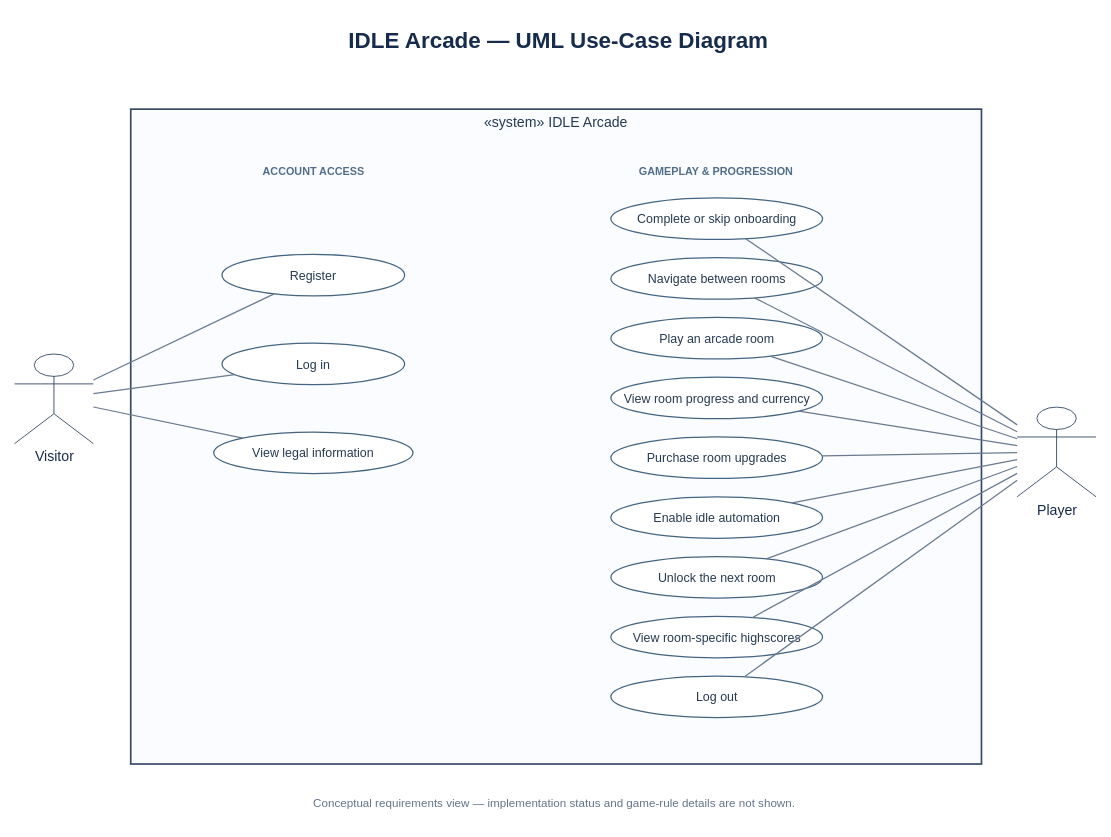
Above: docs/idle-arcade-use-cases.drawio in idle-arcade/game (draw.io), before the change. Source tidied: cells renumbered, new cells numbered last; positions are measured from the earlier drawing's top-left corner, leaving out a move shared by most shapes. Both pictures are drawn from the tidied source at 83%, with x=0, y=0 at pixel (14, 14).
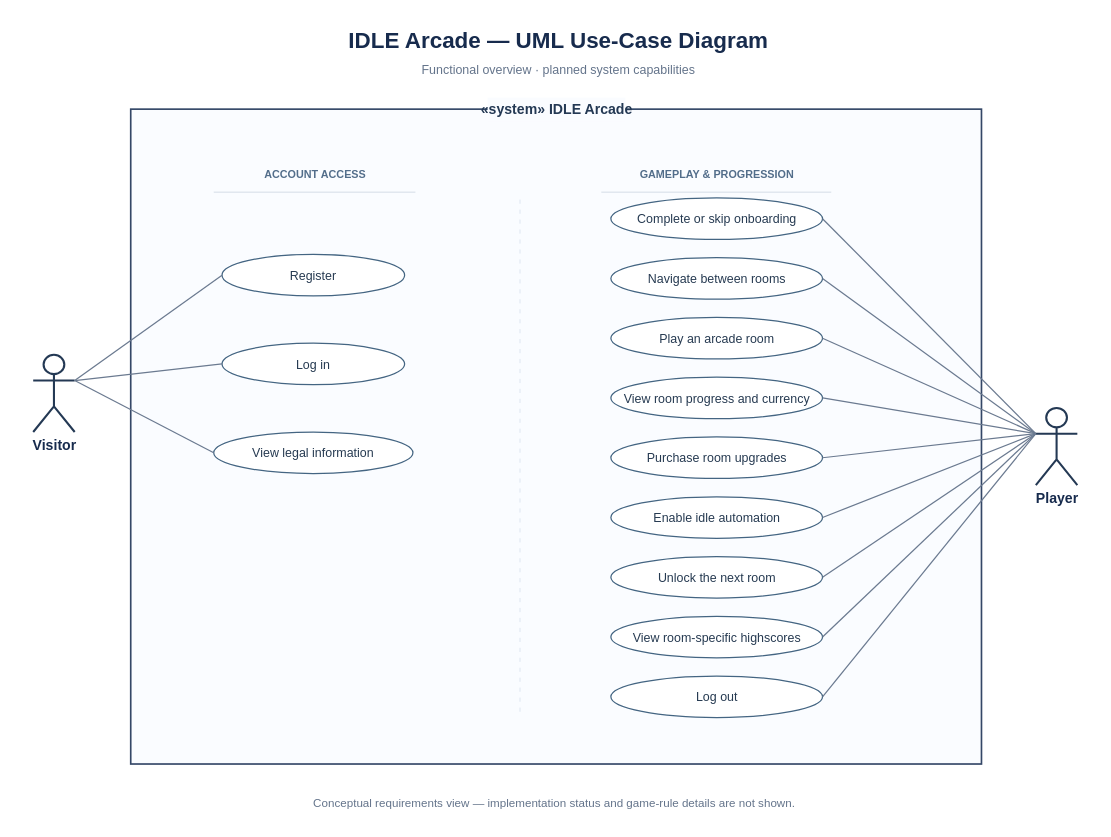
The same diagram, later.

The change refers to these unchanged cells:
```xml
<mxCell id="9" value="Register" style="ellipse;whiteSpace=wrap;html=1;align=center;verticalAlign=middle;fontFamily=Arial;fontSize=15;fontColor=#263A51;fillColor=#FFFFFF;strokeColor=#446582;strokeWidth=1.5;" parent="1" vertex="1">
  <mxGeometry x="250" y="289" width="220" height="50" as="geometry" />
</mxCell>
<mxCell id="10" value="Log in" style="ellipse;whiteSpace=wrap;html=1;align=center;verticalAlign=middle;fontFamily=Arial;fontSize=15;fontColor=#263A51;fillColor=#FFFFFF;strokeColor=#446582;strokeWidth=1.5;" parent="1" vertex="1">
  <mxGeometry x="250" y="396" width="220" height="50" as="geometry" />
</mxCell>
<mxCell id="11" value="View legal information" style="ellipse;whiteSpace=wrap;html=1;align=center;verticalAlign=middle;fontFamily=Arial;fontSize=15;fontColor=#263A51;fillColor=#FFFFFF;strokeColor=#446582;strokeWidth=1.5;" parent="1" vertex="1">
  <mxGeometry x="240" y="503" width="240" height="50" as="geometry" />
</mxCell>
<mxCell id="12" value="Complete or skip onboarding" style="ellipse;whiteSpace=wrap;html=1;align=center;verticalAlign=middle;fontFamily=Arial;fontSize=15;fontColor=#263A51;fillColor=#FFFFFF;strokeColor=#446582;strokeWidth=1.5;" parent="1" vertex="1">
  <mxGeometry x="718.5" y="221" width="255" height="50" as="geometry" />
</mxCell>
<mxCell id="13" value="Navigate between rooms" style="ellipse;whiteSpace=wrap;html=1;align=center;verticalAlign=middle;fontFamily=Arial;fontSize=15;fontColor=#263A51;fillColor=#FFFFFF;strokeColor=#446582;strokeWidth=1.5;" parent="1" vertex="1">
  <mxGeometry x="718.5" y="293" width="255" height="50" as="geometry" />
</mxCell>
<mxCell id="14" value="Play an arcade room" style="ellipse;whiteSpace=wrap;html=1;align=center;verticalAlign=middle;fontFamily=Arial;fontSize=15;fontColor=#263A51;fillColor=#FFFFFF;strokeColor=#446582;strokeWidth=1.5;" parent="1" vertex="1">
  <mxGeometry x="718.5" y="365" width="255" height="50" as="geometry" />
</mxCell>
<mxCell id="15" value="View room progress and currency" style="ellipse;whiteSpace=wrap;html=1;align=center;verticalAlign=middle;fontFamily=Arial;fontSize=15;fontColor=#263A51;fillColor=#FFFFFF;strokeColor=#446582;strokeWidth=1.5;" parent="1" vertex="1">
  <mxGeometry x="718.5" y="437" width="255" height="50" as="geometry" />
</mxCell>
<mxCell id="16" value="Purchase room upgrades" style="ellipse;whiteSpace=wrap;html=1;align=center;verticalAlign=middle;fontFamily=Arial;fontSize=15;fontColor=#263A51;fillColor=#FFFFFF;strokeColor=#446582;strokeWidth=1.5;" parent="1" vertex="1">
  <mxGeometry x="718.5" y="509" width="255" height="50" as="geometry" />
</mxCell>
<mxCell id="17" value="Enable idle automation" style="ellipse;whiteSpace=wrap;html=1;align=center;verticalAlign=middle;fontFamily=Arial;fontSize=15;fontColor=#263A51;fillColor=#FFFFFF;strokeColor=#446582;strokeWidth=1.5;" parent="1" vertex="1">
  <mxGeometry x="718.5" y="581" width="255" height="50" as="geometry" />
</mxCell>
<mxCell id="18" value="Unlock the next room" style="ellipse;whiteSpace=wrap;html=1;align=center;verticalAlign=middle;fontFamily=Arial;fontSize=15;fontColor=#263A51;fillColor=#FFFFFF;strokeColor=#446582;strokeWidth=1.5;" parent="1" vertex="1">
  <mxGeometry x="718.5" y="653" width="255" height="50" as="geometry" />
</mxCell>
<mxCell id="19" value="View room-specific highscores" style="ellipse;whiteSpace=wrap;html=1;align=center;verticalAlign=middle;fontFamily=Arial;fontSize=15;fontColor=#263A51;fillColor=#FFFFFF;strokeColor=#446582;strokeWidth=1.5;" parent="1" vertex="1">
  <mxGeometry x="718.5" y="725" width="255" height="50" as="geometry" />
</mxCell>
<mxCell id="20" value="Log out" style="ellipse;whiteSpace=wrap;html=1;align=center;verticalAlign=middle;fontFamily=Arial;fontSize=15;fontColor=#263A51;fillColor=#FFFFFF;strokeColor=#446582;strokeWidth=1.5;" parent="1" vertex="1">
  <mxGeometry x="718.5" y="797" width="255" height="50" as="geometry" />
</mxCell>
```

What changed in the source:
```diff
@@
-<mxGraphModel>
+<mxGraphModel background="#FFFFFF">
@@
-    <mxCell id="2" value="«system» IDLE Arcade" style="rounded=0;whiteSpace=wrap;html=1;verticalAlign=top;align=center;spacingTop=0;fontSize=17;fontFamily=Arial;fontColor=#243954;fillColor=#FAFCFF;strokeColor=#344767;strokeWidth=2;" parent="1" vertex="1">
+    <mxCell id="2" style="rounded=0;whiteSpace=wrap;html=1;verticalAlign=top;align=center;spacingTop=0;fontSize=17;fontFamily=Arial;fontColor=#243954;fillColor=#FAFCFF;strokeColor=#344767;strokeWidth=2;" parent="1" vertex="1">
       <mxGeometry x="140" y="114" width="1025" height="789" as="geometry" />
     </mxCell>
+    <mxCell id="33" value="«system» IDLE Arcade" style="text;html=1;align=center;verticalAlign=middle;fontSize=17;fontFamily=Arial;fontStyle=1;fontColor=#243954;fillColor=#FAFCFF;strokeColor=none;" parent="1" vertex="1">
+      <mxGeometry x="570" y="100" width="166" height="29" as="geometry" />
+    </mxCell>
+    <mxCell id="34" value="Functional overview · planned system capabilities" style="text;html=1;align=center;verticalAlign=middle;fontSize=15;fontFamily=Arial;fontColor=#64748B;" parent="1" vertex="1">
+      <mxGeometry x="355" y="53" width="600" height="26" as="geometry" />
+    </mxCell>
+    <mxCell id="35" style="line;html=1;strokeWidth=1;strokeColor=#CBD5E1;" parent="1" vertex="1">
+      <mxGeometry x="240" y="209" width="243" height="10" as="geometry" />
+    </mxCell>
+    <mxCell id="36" style="line;html=1;strokeWidth=1;strokeColor=#CBD5E1;" parent="1" vertex="1">
+      <mxGeometry x="707" y="209" width="277" height="10" as="geometry" />
+    </mxCell>
+    <mxCell id="37" style="line;html=1;direction=south;strokeWidth=1;strokeColor=#D9E2EE;dashed=1;dashPattern=5 7;" parent="1" vertex="1">
+      <mxGeometry x="604" y="223" width="10" height="620" as="geometry" />
+    </mxCell>
@@
     <mxCell id="4" value="ACCOUNT ACCESS" style="text;html=1;align=center;verticalAlign=middle;fontSize=13;fontFamily=Arial;fontStyle=1;fontColor=#526D8A;" parent="1" vertex="1">
-      <mxGeometry x="245" y="169" width="230" height="40" as="geometry" />
+      <mxGeometry x="247" y="173" width="230" height="40" as="geometry" />
     </mxCell>
     <mxCell id="5" value="GAMEPLAY &amp; PROGRESSION" style="text;html=1;align=center;verticalAlign=middle;fontSize=13;fontFamily=Arial;fontStyle=1;fontColor=#526D8A;" parent="1" vertex="1">
-      <mxGeometry x="722" y="169" width="245" height="40" as="geometry" />
+      <mxGeometry x="723" y="173" width="245" height="40" as="geometry" />
     </mxCell>
@@
-    <mxCell id="7" value="Visitor" style="shape=umlActor;html=1;verticalLabelPosition=bottom;verticalAlign=top;align=center;fontFamily=Arial;fontSize=17;fontColor=#172B4D;strokeColor=#243954;" parent="1" vertex="1">
-      <mxGeometry y="409" width="95" height="108" as="geometry" />
+    <mxCell id="7" value="Visitor" style="shape=umlActor;html=1;verticalLabelPosition=bottom;verticalAlign=top;align=center;fontFamily=Arial;fontSize=17;fontColor=#172B4D;strokeColor=#243954;strokeWidth=2.5;fontStyle=1;" parent="1" vertex="1">
+      <mxGeometry x="22.5" y="410" width="50" height="93" as="geometry" />
     </mxCell>
-    <mxCell id="8" value="Player" style="shape=umlActor;html=1;verticalLabelPosition=bottom;verticalAlign=top;align=center;fontFamily=Arial;fontSize=17;fontColor=#172B4D;strokeColor=#243954;" parent="1" vertex="1">
-      <mxGeometry x="1208" y="473" width="95" height="108" as="geometry" />
+    <mxCell id="8" value="Player" style="shape=umlActor;html=1;verticalLabelPosition=bottom;verticalAlign=top;align=center;fontFamily=Arial;fontSize=17;fontColor=#172B4D;strokeColor=#243954;strokeWidth=2.5;fontStyle=1;" parent="1" vertex="1">
+      <mxGeometry x="1230.5" y="474" width="50" height="93" as="geometry" />
     </mxCell>
@@
-    <mxCell id="21" style="endArrow=none;startArrow=none;html=1;rounded=0;strokeColor=#6B7A90;strokeWidth=1.5;exitPerimeter=1;entryPerimeter=1;" parent="1" edge="1" source="7" target="9">
+    <mxCell id="21" style="endArrow=none;startArrow=none;html=1;rounded=0;strokeColor=#6B7A90;strokeWidth=1.5;exitX=1;exitY=0.333;exitDx=0;exitDy=0;exitPerimeter=0;entryX=0;entryY=0.5;entryDx=0;entryDy=0;entryPerimeter=0;" parent="1" edge="1" source="7" target="9">
       <mxGeometry relative="1" as="geometry" />
     </mxCell>
-    <mxCell id="22" style="endArrow=none;startArrow=none;html=1;rounded=0;strokeColor=#6B7A90;strokeWidth=1.5;exitPerimeter=1;entryPerimeter=1;" parent="1" edge="1" source="7" target="10">
+    <mxCell id="22" style="endArrow=none;startArrow=none;html=1;rounded=0;strokeColor=#6B7A90;strokeWidth=1.5;exitX=1;exitY=0.333;exitDx=0;exitDy=0;exitPerimeter=0;entryX=0;entryY=0.5;entryDx=0;entryDy=0;entryPerimeter=0;" parent="1" edge="1" source="7" target="10">
       <mxGeometry relative="1" as="geometry" />
     </mxCell>
-    <mxCell id="23" style="endArrow=none;startArrow=none;html=1;rounded=0;strokeColor=#6B7A90;strokeWidth=1.5;exitPerimeter=1;entryPerimeter=1;" parent="1" edge="1" source="7" target="11">
+    <mxCell id="23" style="endArrow=none;startArrow=none;html=1;rounded=0;strokeColor=#6B7A90;strokeWidth=1.5;exitX=1;exitY=0.333;exitDx=0;exitDy=0;exitPerimeter=0;entryX=0;entryY=0.5;entryDx=0;entryDy=0;entryPerimeter=0;" parent="1" edge="1" source="7" target="11">
       <mxGeometry relative="1" as="geometry" />
     </mxCell>
-    <mxCell id="24" style="endArrow=none;startArrow=none;html=1;rounded=0;strokeColor=#6B7A90;strokeWidth=1.5;exitPerimeter=1;entryPerimeter=1;" parent="1" edge="1" source="8" target="12">
+    <mxCell id="24" style="endArrow=none;startArrow=none;html=1;rounded=0;strokeColor=#6B7A90;strokeWidth=1.5;exitX=0;exitY=0.333;exitDx=0;exitDy=0;exitPerimeter=0;entryX=1;entryY=0.5;entryDx=0;entryDy=0;entryPerimeter=0;" parent="1" edge="1" source="8" target="12">
       <mxGeometry relative="1" as="geometry" />
     </mxCell>
-    <mxCell id="25" style="endArrow=none;startArrow=none;html=1;rounded=0;strokeColor=#6B7A90;strokeWidth=1.5;exitPerimeter=1;entryPerimeter=1;" parent="1" edge="1" source="8" target="13">
+    <mxCell id="25" style="endArrow=none;startArrow=none;html=1;rounded=0;strokeColor=#6B7A90;strokeWidth=1.5;exitX=0;exitY=0.333;exitDx=0;exitDy=0;exitPerimeter=0;entryX=1;entryY=0.5;entryDx=0;entryDy=0;entryPerimeter=0;" parent="1" edge="1" source="8" target="13">
       <mxGeometry relative="1" as="geometry" />
     </mxCell>
-    <mxCell id="26" style="endArrow=none;startArrow=none;html=1;rounded=0;strokeColor=#6B7A90;strokeWidth=1.5;exitPerimeter=1;entryPerimeter=1;" parent="1" edge="1" source="8" target="14">
+    <mxCell id="26" style="endArrow=none;startArrow=none;html=1;rounded=0;strokeColor=#6B7A90;strokeWidth=1.5;exitX=0;exitY=0.333;exitDx=0;exitDy=0;exitPerimeter=0;entryX=1;entryY=0.5;entryDx=0;entryDy=0;entryPerimeter=0;" parent="1" edge="1" source="8" target="14">
       <mxGeometry relative="1" as="geometry" />
     </mxCell>
-    <mxCell id="27" style="endArrow=none;startArrow=none;html=1;rounded=0;strokeColor=#6B7A90;strokeWidth=1.5;exitPerimeter=1;entryPerimeter=1;" parent="1" edge="1" source="8" target="15">
+    <mxCell id="27" style="endArrow=none;startArrow=none;html=1;rounded=0;strokeColor=#6B7A90;strokeWidth=1.5;exitX=0;exitY=0.333;exitDx=0;exitDy=0;exitPerimeter=0;entryX=1;entryY=0.5;entryDx=0;entryDy=0;entryPerimeter=0;" parent="1" edge="1" source="8" target="15">
       <mxGeometry relative="1" as="geometry" />
     </mxCell>
-    <mxCell id="28" style="endArrow=none;startArrow=none;html=1;rounded=0;strokeColor=#6B7A90;strokeWidth=1.5;exitPerimeter=1;entryPerimeter=1;" parent="1" edge="1" source="8" target="16">
+    <mxCell id="28" style="endArrow=none;startArrow=none;html=1;rounded=0;strokeColor=#6B7A90;strokeWidth=1.5;exitX=0;exitY=0.333;exitDx=0;exitDy=0;exitPerimeter=0;entryX=1;entryY=0.5;entryDx=0;entryDy=0;entryPerimeter=0;" parent="1" edge="1" source="8" target="16">
       <mxGeometry relative="1" as="geometry" />
     </mxCell>
-    <mxCell id="29" style="endArrow=none;startArrow=none;html=1;rounded=0;strokeColor=#6B7A90;strokeWidth=1.5;exitPerimeter=1;entryPerimeter=1;" parent="1" edge="1" source="8" target="17">
+    <mxCell id="29" style="endArrow=none;startArrow=none;html=1;rounded=0;strokeColor=#6B7A90;strokeWidth=1.5;exitX=0;exitY=0.333;exitDx=0;exitDy=0;exitPerimeter=0;entryX=1;entryY=0.5;entryDx=0;entryDy=0;entryPerimeter=0;" parent="1" edge="1" source="8" target="17">
       <mxGeometry relative="1" as="geometry" />
     </mxCell>
-    <mxCell id="30" style="endArrow=none;startArrow=none;html=1;rounded=0;strokeColor=#6B7A90;strokeWidth=1.5;exitPerimeter=1;entryPerimeter=1;" parent="1" edge="1" source="8" target="18">
+    <mxCell id="30" style="endArrow=none;startArrow=none;html=1;rounded=0;strokeColor=#6B7A90;strokeWidth=1.5;exitX=0;exitY=0.333;exitDx=0;exitDy=0;exitPerimeter=0;entryX=1;entryY=0.5;entryDx=0;entryDy=0;entryPerimeter=0;" parent="1" edge="1" source="8" target="18">
       <mxGeometry relative="1" as="geometry" />
     </mxCell>
-    <mxCell id="31" style="endArrow=none;startArrow=none;html=1;rounded=0;strokeColor=#6B7A90;strokeWidth=1.5;exitPerimeter=1;entryPerimeter=1;" parent="1" edge="1" source="8" target="19">
+    <mxCell id="31" style="endArrow=none;startArrow=none;html=1;rounded=0;strokeColor=#6B7A90;strokeWidth=1.5;exitX=0;exitY=0.333;exitDx=0;exitDy=0;exitPerimeter=0;entryX=1;entryY=0.5;entryDx=0;entryDy=0;entryPerimeter=0;" parent="1" edge="1" source="8" target="19">
       <mxGeometry relative="1" as="geometry" />
     </mxCell>
-    <mxCell id="32" style="endArrow=none;startArrow=none;html=1;rounded=0;strokeColor=#6B7A90;strokeWidth=1.5;exitPerimeter=1;entryPerimeter=1;" parent="1" edge="1" source="8" target="20">
+    <mxCell id="32" style="endArrow=none;startArrow=none;html=1;rounded=0;strokeColor=#6B7A90;strokeWidth=1.5;exitX=0;exitY=0.333;exitDx=0;exitDy=0;exitPerimeter=0;entryX=1;entryY=0.5;entryDx=0;entryDy=0;entryPerimeter=0;" parent="1" edge="1" source="8" target="20">
       <mxGeometry relative="1" as="geometry" />
     </mxCell>
```
